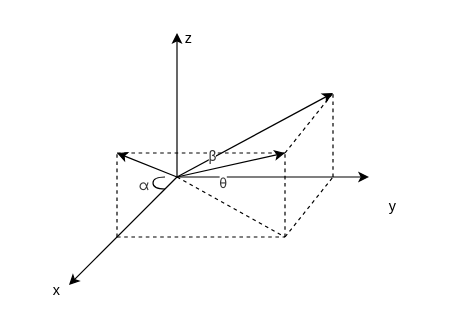
This is Untitled Diagram.drawio from jarvace/dashboard, a draw.io file, before an edit. Source tidied: cells renumbered, new cells numbered last; positions are measured from the earlier drawing's top-left corner, leaving out a move shared by most shapes. Both pictures are drawn from the tidied source at 120%, with x=0, y=0 at pixel (20, 20).
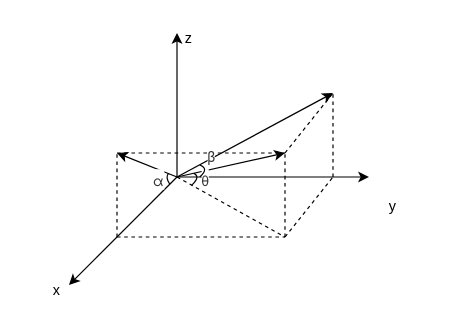
After the change.

The edit, as a diff of the source:
```diff
@@
     <mxCell id="19" value="&#10;&#10;&lt;span style=&quot;color: rgb(51, 51, 51); font-family: &amp;quot;helvetica neue&amp;quot;, helvetica, arial, &amp;quot;pingfang sc&amp;quot;, &amp;quot;hiragino sans gb&amp;quot;, &amp;quot;microsoft yahei&amp;quot;, &amp;quot;wenquanyi micro hei&amp;quot;, sans-serif; font-size: 12px; font-style: normal; font-weight: 400; letter-spacing: normal; text-align: -webkit-center; text-indent: 0px; text-transform: none; word-spacing: 0px; background-color: rgb(255, 255, 255); display: inline; float: none;&quot;&gt;θ&lt;/span&gt;&#10;&#10;" style="text;html=1;strokeColor=none;fillColor=none;align=center;verticalAlign=middle;whiteSpace=wrap;rounded=0;" parent="1" vertex="1">
-      <mxGeometry x="154" y="125" width="30" height="20" as="geometry" />
+      <mxGeometry x="139" y="123" width="30" height="20" as="geometry" />
     </mxCell>
     <mxCell id="20" value="&#10;&#10;&lt;span style=&quot;color: rgb(51, 51, 51); font-family: &amp;quot;helvetica neue&amp;quot;, helvetica, arial, &amp;quot;pingfang sc&amp;quot;, &amp;quot;hiragino sans gb&amp;quot;, &amp;quot;microsoft yahei&amp;quot;, &amp;quot;wenquanyi micro hei&amp;quot;, sans-serif; font-size: 12px; font-style: normal; font-weight: 400; letter-spacing: normal; text-align: -webkit-center; text-indent: 0px; text-transform: none; word-spacing: 0px; background-color: rgb(255, 255, 255); display: inline; float: none;&quot;&gt;α&lt;/span&gt;&#10;&#10;" style="text;html=1;strokeColor=none;fillColor=none;align=center;verticalAlign=middle;whiteSpace=wrap;rounded=0;" parent="1" vertex="1">
-      <mxGeometry x="93" y="126" width="20" height="20" as="geometry" />
+      <mxGeometry x="105" y="123" width="20" height="20" as="geometry" />
     </mxCell>
     <mxCell id="21" value="&#10;&#10;&lt;span style=&quot;color: rgb(51, 51, 51); font-family: &amp;quot;helvetica neue&amp;quot;, helvetica, arial, &amp;quot;pingfang sc&amp;quot;, &amp;quot;hiragino sans gb&amp;quot;, &amp;quot;microsoft yahei&amp;quot;, &amp;quot;wenquanyi micro hei&amp;quot;, sans-serif; font-size: 12px; font-style: normal; font-weight: 400; letter-spacing: normal; text-align: -webkit-center; text-indent: 0px; text-transform: none; word-spacing: 0px; background-color: rgb(255, 255, 255); display: inline; float: none;&quot;&gt;β&lt;/span&gt;&#10;&#10;" style="text;html=1;strokeColor=none;fillColor=none;align=center;verticalAlign=middle;whiteSpace=wrap;rounded=0;" parent="1" vertex="1">
-      <mxGeometry x="145" y="102" width="30" height="20" as="geometry" />
+      <mxGeometry x="144" y="103" width="30" height="20" as="geometry" />
     </mxCell>
-    <mxCell id="22" style="curved=1;endArrow=none;html=1;rounded=0;endFill=0;" parent="1" edge="1">
+    <mxCell id="22" style="curved=1;endArrow=none;html=1;rounded=0;endFill=1;anchorPointDirection=1;snapToPoint=0;orthogonalLoop=0;comic=0;enumerate=0;noJump=0;fixDash=0;" parent="1" edge="1">
       <mxGeometry relative="1" as="geometry">
-        <mxPoint x="120" y="140" as="sourcePoint" />
-        <mxPoint x="120" y="130" as="targetPoint" />
+        <mxPoint x="124" y="136" as="sourcePoint" />
+        <mxPoint x="123" y="127" as="targetPoint" />
         <Array as="points">
-          <mxPoint x="110" y="140" />
-          <mxPoint x="110" y="130" />
+          <mxPoint x="120" y="130" />
         </Array>
       </mxGeometry>
     </mxCell>
+    <mxCell id="23" style="curved=1;endArrow=none;html=1;rounded=0;endFill=1;anchorPointDirection=1;snapToPoint=0;orthogonalLoop=0;comic=0;enumerate=0;noJump=0;fixDash=0;" parent="1" edge="1">
+      <mxGeometry relative="1" as="geometry">
+        <mxPoint x="142" y="137" as="sourcePoint" />
+        <mxPoint x="144" y="127" as="targetPoint" />
+        <Array as="points">
+          <mxPoint x="150" y="130" />
+        </Array>
+      </mxGeometry>
+    </mxCell>
+    <mxCell id="24" style="curved=1;endArrow=none;html=1;rounded=0;endFill=1;anchorPointDirection=1;snapToPoint=0;orthogonalLoop=0;comic=0;enumerate=0;noJump=0;fixDash=0;" parent="1" edge="1">
+      <mxGeometry relative="1" as="geometry">
+        <mxPoint x="149" y="130" as="sourcePoint" />
+        <mxPoint x="149" y="120" as="targetPoint" />
+        <Array as="points">
+          <mxPoint x="157" y="123" />
+        </Array>
+      </mxGeometry>
+    </mxCell>
```
